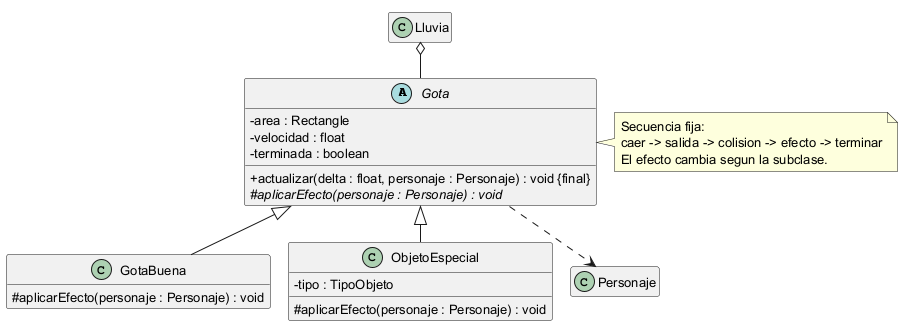
The PlantUML diagram informe/images/04-template-method.png in maverick1006/Proyecto-Game-LLuvia-, before a commit. Source of this version:
```plantuml
@startuml
!pragma layout smetana
skinparam backgroundColor white
skinparam shadowing false
skinparam classAttributeIconSize 0
skinparam defaultFontName SansSerif
skinparam defaultFontSize 13
hide empty members
abstract class Gota {
 - area : Rectangle
 - velocidad : float
 - terminada : boolean
 + actualizar(delta : float, personaje : Personaje) : void {final}
 # {abstract} aplicarEfecto(personaje : Personaje) : void
}
class GotaBuena {
 # aplicarEfecto(personaje : Personaje) : void
}
class ObjetoEspecial {
 - tipo : TipoObjeto
 # aplicarEfecto(personaje : Personaje) : void
}
class Lluvia
class Personaje
Gota <|-- GotaBuena
Gota <|-- ObjetoEspecial
Lluvia o-- Gota
Gota ..> Personaje
note right of Gota
Secuencia fija:
caer -> salida -> colision -> efecto -> terminar
El efecto cambia segun la subclase.
end note
@enduml
```
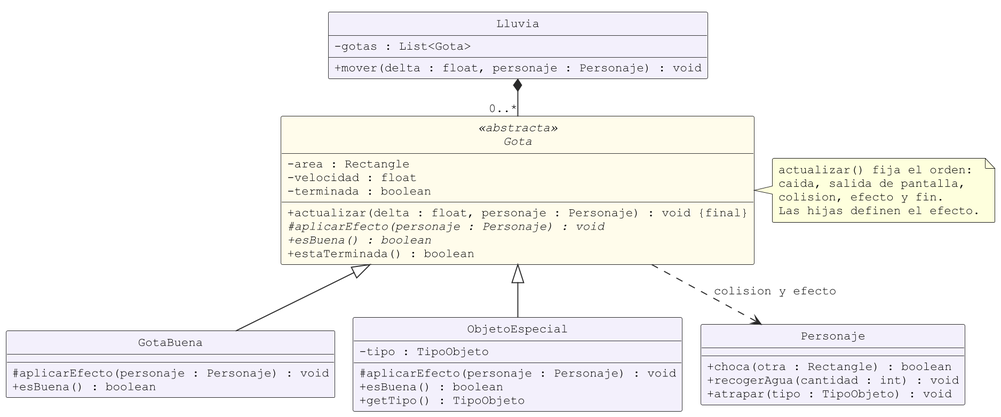
The same diagram one commit later.

What changed in the source:
```diff
@@ -3,32 +3,54 @@
 skinparam backgroundColor white
 skinparam shadowing false
 skinparam classAttributeIconSize 0
-skinparam defaultFontName SansSerif
-skinparam defaultFontSize 13
-hide empty members
-abstract class Gota {
+skinparam defaultFontName Courier New
+skinparam defaultFontSize 12
+skinparam dpi 180
+skinparam roundcorner 3
+skinparam ArrowColor #292929
+skinparam classBorderColor #292929
+skinparam classBackgroundColor #F3F0FC
+skinparam classBackgroundColor<<abstracta>> #FFFCEB
+skinparam classBackgroundColor<<interfaz>> #F0FAF0
+skinparam classBackgroundColor<<LibGDX>> #EAF3FB
+hide circle
+abstract class Gota <<abstracta>> {
  - area : Rectangle
  - velocidad : float
  - terminada : boolean
  + actualizar(delta : float, personaje : Personaje) : void {final}
  # {abstract} aplicarEfecto(personaje : Personaje) : void
+ + {abstract} esBuena() : boolean
+ + estaTerminada() : boolean
 }
 class GotaBuena {
  # aplicarEfecto(personaje : Personaje) : void
+ + esBuena() : boolean
 }
 class ObjetoEspecial {
  - tipo : TipoObjeto
  # aplicarEfecto(personaje : Personaje) : void
+ + esBuena() : boolean
+ + getTipo() : TipoObjeto
 }
-class Lluvia
-class Personaje
 Gota <|-- GotaBuena
 Gota <|-- ObjetoEspecial
-Lluvia o-- Gota
-Gota ..> Personaje
+class Lluvia {
+ - gotas : List<Gota>
+ + mover(delta : float, personaje : Personaje) : void
+}
+class Personaje {
+ + choca(otra : Rectangle) : boolean
+ + recogerAgua(cantidad : int) : void
+ + atrapar(tipo : TipoObjeto) : void
+}
+Lluvia *-- "0..*" Gota
+Gota ..> Personaje : colision y efecto
 note right of Gota
-Secuencia fija:
-caer -> salida -> colision -> efecto -> terminar
-El efecto cambia segun la subclase.
+actualizar() fija el orden:
+caida, salida de pantalla,
+colision, efecto y fin.
+Las hijas definen el efecto.
 end note
+
 @enduml
```
